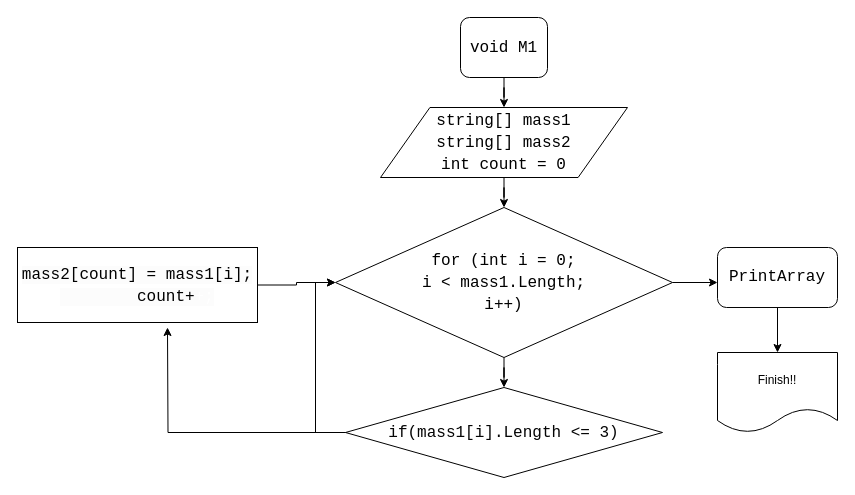
SergeyKvashnin/FinalTask keeps this draw.io diagram as bloksxema.drawio. Above is the earlier version. Source tidied: cells renumbered, new cells numbered last; positions are measured from the earlier drawing's top-left corner, leaving out a move shared by most shapes. Both pictures are drawn from the tidied source at 100%, with x=0, y=0 at pixel (17, 17).
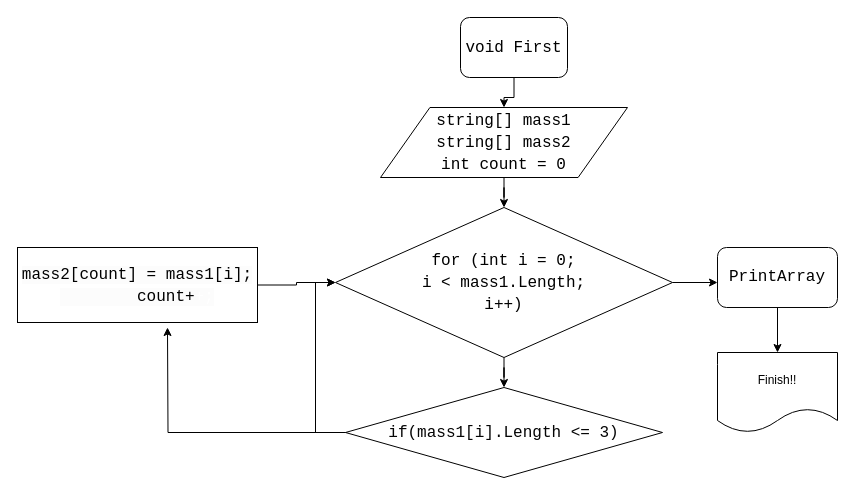
Above is the later version.

Change to the diagram source:
```diff
@@
 <mxGraphModel>
   <root>
     <mxCell id="0" />
     <mxCell id="1" parent="0" />
     <mxCell id="2" style="edgeStyle=orthogonalEdgeStyle;rounded=0;jettySize=auto;html=1;" parent="1" edge="1" source="3" target="5">
       <mxGeometry relative="1" as="geometry" />
     </mxCell>
-    <mxCell id="3" value="&lt;div style=&quot;font-family: &amp;#34;consolas&amp;#34; , &amp;#34;courier new&amp;#34; , monospace ; font-size: 16px ; line-height: 22px ; white-space: pre&quot;&gt;&lt;font style=&quot;background-color: rgb(255 , 255 , 255)&quot;&gt;void M1&lt;/font&gt;&lt;/div&gt;" style="rounded=1;whiteSpace=wrap;html=1;" parent="1" vertex="1">
-      <mxGeometry x="443" width="87" height="60" as="geometry" />
+    <mxCell id="3" value="&lt;div style=&quot;font-family: &amp;#34;consolas&amp;#34; , &amp;#34;courier new&amp;#34; , monospace ; font-size: 16px ; line-height: 22px ; white-space: pre&quot;&gt;&lt;font style=&quot;background-color: rgb(255 , 255 , 255)&quot;&gt;void First&lt;/font&gt;&lt;/div&gt;" style="rounded=1;whiteSpace=wrap;html=1;" parent="1" vertex="1">
+      <mxGeometry x="443" width="107" height="60" as="geometry" />
     </mxCell>
     <mxCell id="4" style="edgeStyle=orthogonalEdgeStyle;rounded=0;jettySize=auto;html=1;" parent="1" edge="1" source="5" target="13">
       <mxGeometry relative="1" as="geometry" />
     </mxCell>
     <mxCell id="5" value="&lt;div style=&quot;font-family: &amp;#34;consolas&amp;#34; , &amp;#34;courier new&amp;#34; , monospace ; font-size: 16px ; line-height: 22px ; white-space: pre&quot;&gt;&lt;span style=&quot;background-color: rgb(255 , 255 , 255)&quot;&gt;string[] mass1&lt;/span&gt;&lt;/div&gt;&lt;div style=&quot;font-family: &amp;#34;consolas&amp;#34; , &amp;#34;courier new&amp;#34; , monospace ; font-size: 16px ; line-height: 22px ; white-space: pre&quot;&gt;&lt;div style=&quot;font-family: &amp;#34;consolas&amp;#34; , &amp;#34;courier new&amp;#34; , monospace ; line-height: 22px&quot;&gt;&lt;span style=&quot;background-color: rgb(255 , 255 , 255)&quot;&gt;string[] mass2&lt;/span&gt;&lt;/div&gt;&lt;div style=&quot;font-family: &amp;#34;consolas&amp;#34; , &amp;#34;courier new&amp;#34; , monospace ; line-height: 22px&quot;&gt;&lt;div style=&quot;font-family: &amp;#34;consolas&amp;#34; , &amp;#34;courier new&amp;#34; , monospace ; line-height: 22px&quot;&gt;&lt;span style=&quot;background-color: rgb(255 , 255 , 255)&quot;&gt;int count = 0&lt;/span&gt;&lt;/div&gt;&lt;/div&gt;&lt;/div&gt;" style="shape=parallelogram;perimeter=parallelogramPerimeter;whiteSpace=wrap;html=1;" parent="1" vertex="1">
       <mxGeometry x="363" y="90" width="247" height="70" as="geometry" />
     </mxCell>
     <mxCell id="6" style="edgeStyle=orthogonalEdgeStyle;rounded=0;jettySize=auto;html=1;" parent="1" edge="1" source="8">
       <mxGeometry relative="1" as="geometry">
         <mxPoint x="150" y="310" as="targetPoint" />
       </mxGeometry>
     </mxCell>
     <mxCell id="7" style="edgeStyle=orthogonalEdgeStyle;rounded=0;jettySize=auto;html=1;exitX=0;exitY=0.5;exitDx=0;exitDy=0;entryX=0;entryY=0.5;entryDx=0;entryDy=0;" parent="1" edge="1" source="8" target="13">
       <mxGeometry relative="1" as="geometry" />
     </mxCell>
     <mxCell id="8" value="&lt;div style=&quot;font-family: &amp;#34;consolas&amp;#34; , &amp;#34;courier new&amp;#34; , monospace ; font-size: 16px ; line-height: 22px ; white-space: pre&quot;&gt;&lt;font color=&quot;#050505&quot; style=&quot;background-color: rgb(255 , 255 , 255)&quot;&gt;if(mass1[i].Length &amp;lt;= 3)&lt;/font&gt;&lt;/div&gt;" style="rhombus;whiteSpace=wrap;html=1;" parent="1" vertex="1">
       <mxGeometry x="328" y="370" width="317" height="90" as="geometry" />
     </mxCell>
     <mxCell id="9" style="edgeStyle=orthogonalEdgeStyle;rounded=0;jettySize=auto;html=1;" parent="1" edge="1" source="10" target="13">
       <mxGeometry relative="1" as="geometry" />
     </mxCell>
     <mxCell id="10" value="&lt;div style=&quot;font-family: &amp;#34;consolas&amp;#34; , &amp;#34;courier new&amp;#34; , monospace ; font-size: 16px ; line-height: 22px ; white-space: pre&quot;&gt;&lt;div&gt;&lt;font style=&quot;background-color: rgb(252 , 252 , 252)&quot;&gt;mass2[count] = mass1[i];&lt;/font&gt;&lt;/div&gt;&lt;div&gt;&lt;font style=&quot;background-color: rgb(252 , 252 , 252)&quot;&gt;&amp;nbsp; &amp;nbsp; &amp;nbsp; &amp;nbsp; count+&lt;/font&gt;&lt;font color=&quot;#ffffff&quot; style=&quot;background-color: rgb(252 , 252 , 252)&quot;&gt;+;&lt;/font&gt;&lt;/div&gt;&lt;/div&gt;" style="rounded=0;whiteSpace=wrap;html=1;" parent="1" vertex="1">
       <mxGeometry y="230" width="240" height="75" as="geometry" />
     </mxCell>
     <mxCell id="11" style="edgeStyle=orthogonalEdgeStyle;rounded=0;jettySize=auto;html=1;" parent="1" edge="1" source="13" target="8">
       <mxGeometry relative="1" as="geometry" />
     </mxCell>
     <mxCell id="12" style="edgeStyle=orthogonalEdgeStyle;rounded=0;jettySize=auto;html=1;exitX=1;exitY=0.5;exitDx=0;exitDy=0;" parent="1" edge="1" source="13">
       <mxGeometry relative="1" as="geometry">
         <mxPoint x="700" y="265" as="targetPoint" />
       </mxGeometry>
     </mxCell>
     <mxCell id="13" value="&lt;div style=&quot;font-family: &amp;#34;consolas&amp;#34; , &amp;#34;courier new&amp;#34; , monospace ; font-size: 16px ; line-height: 22px ; white-space: pre&quot;&gt;&lt;span style=&quot;background-color: rgb(255 , 255 , 255)&quot;&gt;for (int i = 0;&lt;/span&gt;&lt;/div&gt;&lt;div style=&quot;font-family: &amp;#34;consolas&amp;#34; , &amp;#34;courier new&amp;#34; , monospace ; font-size: 16px ; line-height: 22px ; white-space: pre&quot;&gt;&lt;span style=&quot;background-color: rgb(255 , 255 , 255)&quot;&gt; i &amp;lt; mass1.Length; &lt;/span&gt;&lt;/div&gt;&lt;div style=&quot;font-family: &amp;#34;consolas&amp;#34; , &amp;#34;courier new&amp;#34; , monospace ; font-size: 16px ; line-height: 22px ; white-space: pre&quot;&gt;&lt;span style=&quot;background-color: rgb(255 , 255 , 255)&quot;&gt;i++)&lt;/span&gt;&lt;/div&gt;" style="rhombus;whiteSpace=wrap;html=1;" parent="1" vertex="1">
       <mxGeometry x="318" y="190" width="337" height="150" as="geometry" />
     </mxCell>
     <mxCell id="14" value="Finish!!" style="shape=document;whiteSpace=wrap;html=1;boundedLbl=1;" parent="1" vertex="1">
       <mxGeometry x="700" y="335" width="120" height="80" as="geometry" />
     </mxCell>
     <mxCell id="15" style="edgeStyle=orthogonalEdgeStyle;rounded=0;jettySize=auto;html=1;" parent="1" edge="1" source="16" target="14">
       <mxGeometry relative="1" as="geometry" />
     </mxCell>
     <mxCell id="16" value="&lt;span style=&quot;font-family: &amp;#34;consolas&amp;#34; , &amp;#34;courier new&amp;#34; , monospace ; font-size: 16px ; white-space: pre ; background-color: rgb(255 , 255 , 255)&quot;&gt;PrintArray&lt;/span&gt;" style="rounded=1;whiteSpace=wrap;html=1;strokeColor=#050505;fillColor=#FFFFFF;" parent="1" vertex="1">
       <mxGeometry x="700" y="230" width="120" height="60" as="geometry" />
     </mxCell>
   </root>
 </mxGraphModel>
```
